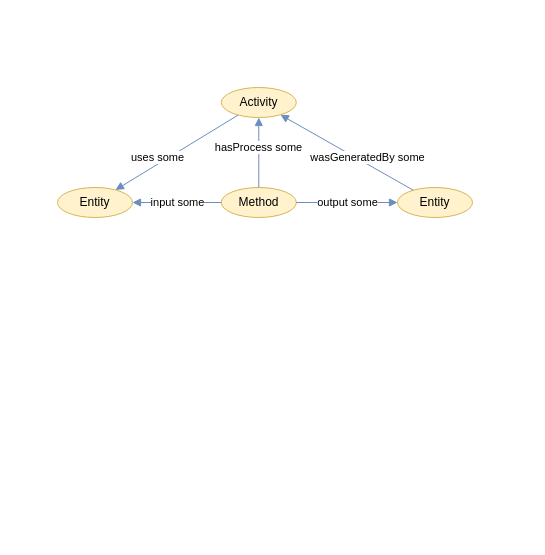
PINK-project/PINK-annotation-schema keeps this draw.io diagram as page "method" (4 of 4) of docs/figs/figures.drawio. Above is the earlier version. Source tidied: cells renumbered, new cells numbered last; positions are measured from the earlier drawing's top-left corner, leaving out a move shared by most shapes. Both pictures are drawn from the tidied source at 100%, with x=0, y=0 at pixel (57, 87).
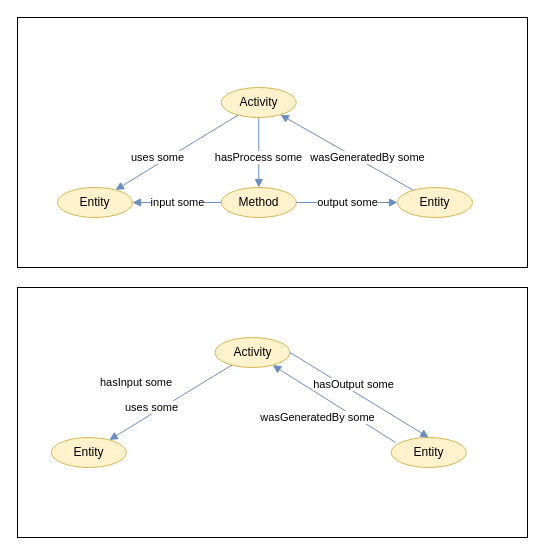
Above is the later version.

Commit message:
Updated the class-level figure showing the relations between an activity and its input and output.

Unchanged cells that the change refers to:
```xml
<mxCell id="2" value="Method" style="ellipse;whiteSpace=wrap;html=1;fillColor=#fff2cc;strokeColor=#d6b656;" parent="1" vertex="1">
  <mxGeometry x="163.8" y="100" width="75" height="30" as="geometry" />
</mxCell>
<mxCell id="7" value="Activity" style="ellipse;whiteSpace=wrap;html=1;fillColor=#fff2cc;strokeColor=#d6b656;" parent="1" vertex="1">
  <mxGeometry x="163.8" width="75" height="30" as="geometry" />
</mxCell>
```

Change to the diagram source:
```diff
@@
+    <mxCell id="11" style="rounded=0;whiteSpace=wrap;html=1;" parent="1" vertex="1">
+      <mxGeometry x="-40" y="200" width="510" height="250" as="geometry" />
+    </mxCell>
+    <mxCell id="12" style="rounded=0;whiteSpace=wrap;html=1;" parent="1" vertex="1">
+      <mxGeometry x="-40" y="-70" width="510" height="250" as="geometry" />
+    </mxCell>
@@
-    <mxCell id="8" value="hasProcess some" style="edgeStyle=none;shape=connector;rounded=0;jettySize=auto;html=1;strokeColor=#6c8ebf;align=center;verticalAlign=middle;fontFamily=Helvetica;fontSize=11;fontColor=default;labelBackgroundColor=default;endArrow=block;endFill=1;fillColor=#dae8fc;" parent="1" edge="1" source="2" target="7">
+    <mxCell id="8" value="hasProcess some" style="edgeStyle=none;shape=connector;rounded=0;jettySize=auto;html=1;strokeColor=#6c8ebf;align=center;verticalAlign=middle;fontFamily=Helvetica;fontSize=11;fontColor=default;labelBackgroundColor=default;endArrow=block;endFill=1;fillColor=#dae8fc;" parent="1" edge="1" source="7" target="2">
       <mxGeometry x="0.14" relative="1" as="geometry" />
     </mxCell>
@@
+    <mxCell id="13" value="Entity" style="ellipse;whiteSpace=wrap;html=1;fillColor=#fff2cc;strokeColor=#d6b656;" parent="1" vertex="1">
+      <mxGeometry x="-6.2" y="350" width="75" height="30" as="geometry" />
+    </mxCell>
+    <mxCell id="14" value="Entity" style="ellipse;whiteSpace=wrap;html=1;fillColor=#fff2cc;strokeColor=#d6b656;" parent="1" vertex="1">
+      <mxGeometry x="333.8" y="350" width="75" height="30" as="geometry" />
+    </mxCell>
+    <mxCell id="15" value="Activity" style="ellipse;whiteSpace=wrap;html=1;fillColor=#fff2cc;strokeColor=#d6b656;" parent="1" vertex="1">
+      <mxGeometry x="157.5" y="250" width="75" height="30" as="geometry" />
+    </mxCell>
+    <mxCell id="16" value="uses some" style="edgeStyle=none;shape=connector;rounded=0;jettySize=auto;html=1;strokeColor=#6c8ebf;align=center;verticalAlign=middle;fontFamily=Helvetica;fontSize=11;fontColor=default;labelBackgroundColor=default;endArrow=block;endFill=1;fillColor=#dae8fc;" parent="1" edge="1" source="15" target="13">
+      <mxGeometry x="0.27" y="-6" relative="1" as="geometry" />
+    </mxCell>
+    <mxCell id="17" value="wasGeneratedBy some" style="edgeStyle=none;shape=connector;rounded=0;jettySize=auto;html=1;strokeColor=#6c8ebf;align=center;verticalAlign=middle;fontFamily=Helvetica;fontSize=11;fontColor=default;labelBackgroundColor=default;endArrow=block;endFill=1;fillColor=#dae8fc;exitX=0.057;exitY=0.167;exitDx=0;exitDy=0;exitPerimeter=0;" parent="1" edge="1" source="14" target="15">
+      <mxGeometry x="0.09" y="20" relative="1" as="geometry">
+        <mxPoint x="-1" as="offset" />
+      </mxGeometry>
+    </mxCell>
+    <mxCell id="18" value="hasOutput some" style="edgeStyle=none;shape=connector;rounded=0;jettySize=auto;html=1;strokeColor=#6c8ebf;align=center;verticalAlign=middle;fontFamily=Helvetica;fontSize=11;fontColor=default;labelBackgroundColor=default;endArrow=block;endFill=1;fillColor=#dae8fc;entryX=0.5;entryY=0;entryDx=0;entryDy=0;exitX=1;exitY=0.5;exitDx=0;exitDy=0;" parent="1" edge="1" source="15" target="14">
+      <mxGeometry x="-0.13" y="6" relative="1" as="geometry" />
+    </mxCell>
+    <mxCell id="19" value="&lt;font style=&quot;font-size: 11px;&quot;&gt;hasInput some&lt;/font&gt;" style="text;html=1;align=center;verticalAlign=middle;whiteSpace=wrap;rounded=0;" parent="1" vertex="1">
+      <mxGeometry x="30" y="280" width="97.5" height="30" as="geometry" />
+    </mxCell>
```
